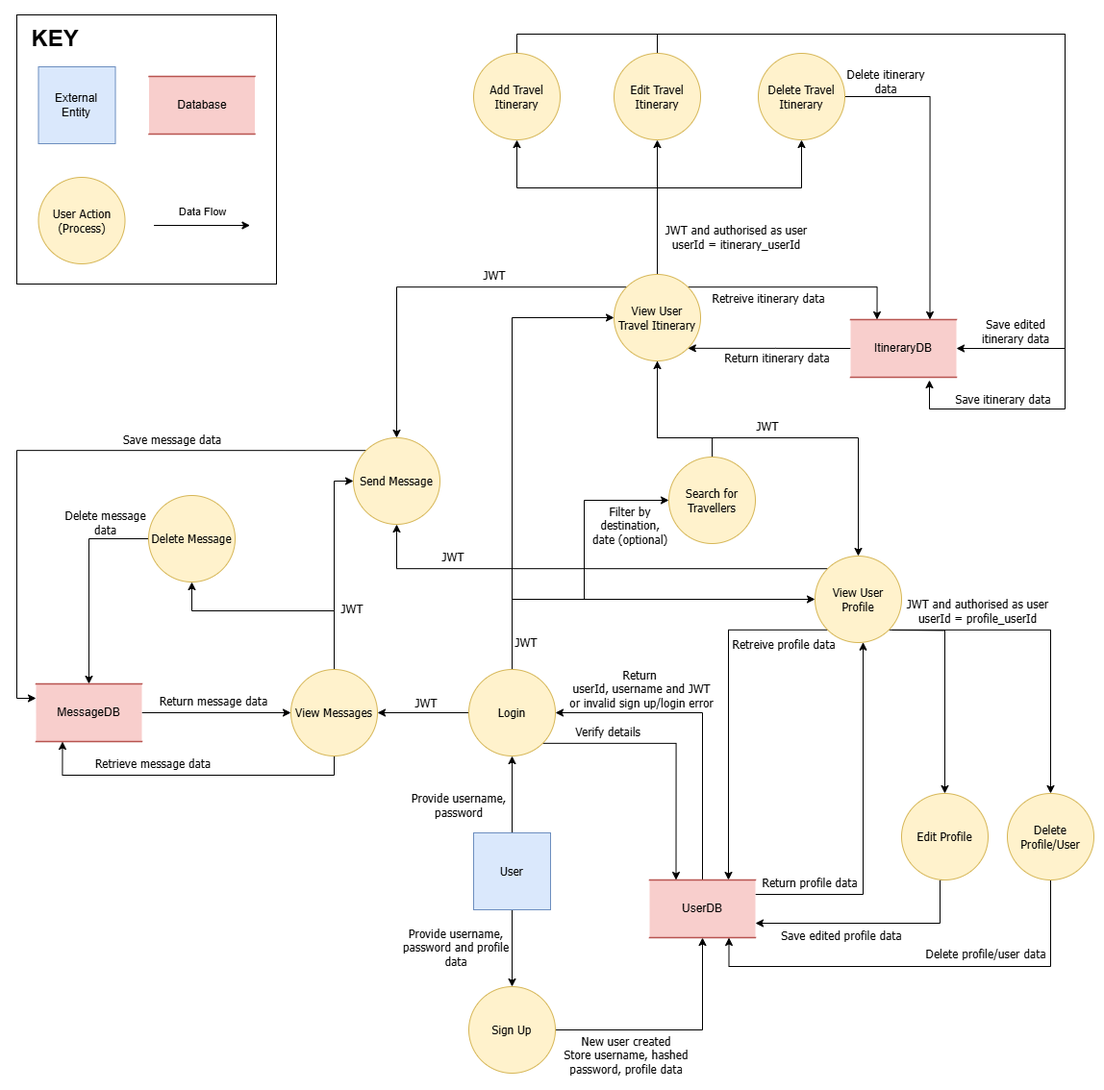
The draw.io diagram docs/dataflow-diagram.png in MeetMyRoute/T3A2-FullStackApp-PartA, before a commit. Source tidied: cells renumbered, new cells last; positions are measured from the earlier drawing's top-left corner, leaving out a move shared by most shapes.
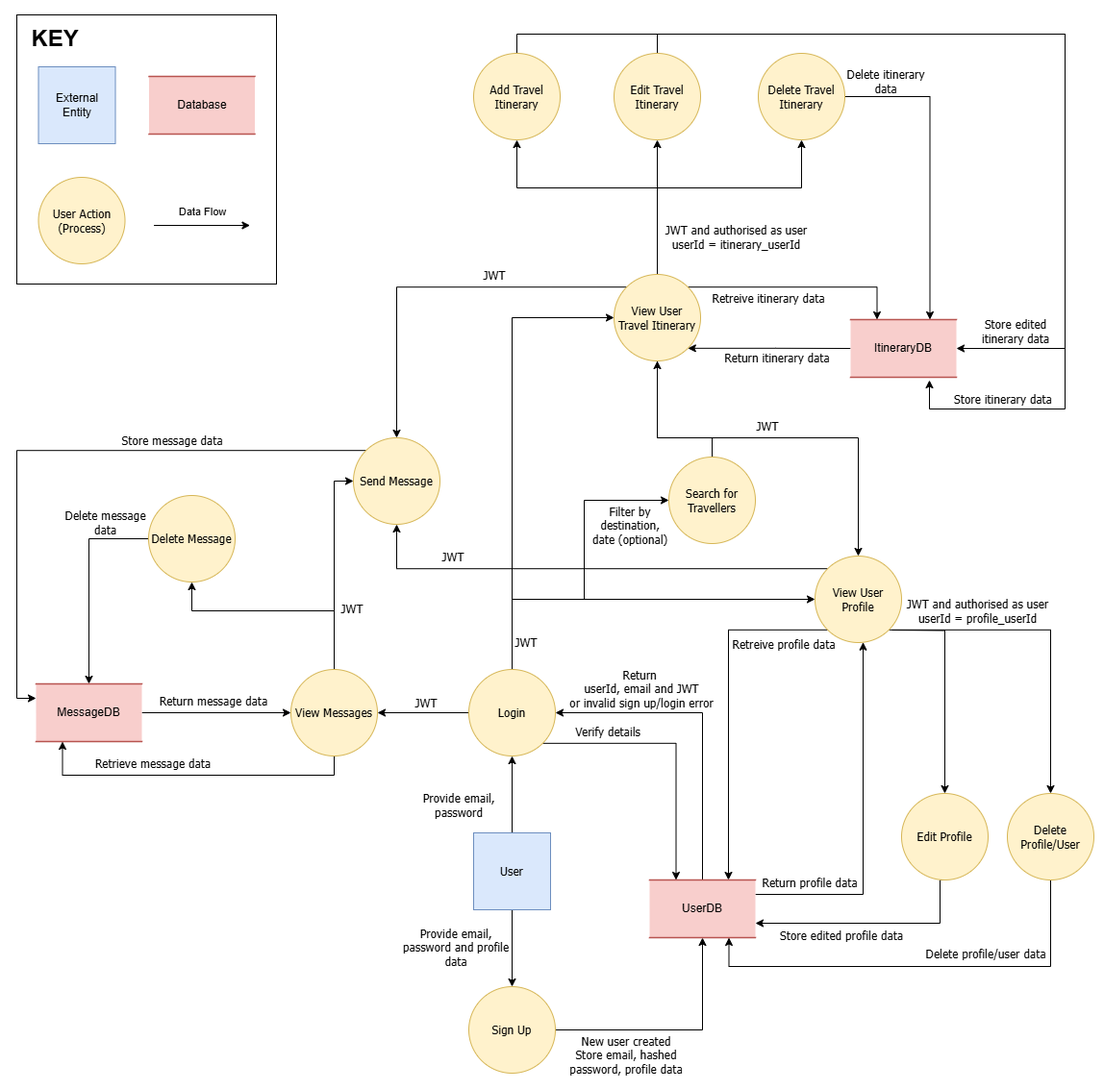
After the change.

Commit message:
updated username to email

What changed in the source:
```diff
@@ -72,19 +72,19 @@
         <mxPoint y="-15" as="offset" />
       </mxGeometry>
     </mxCell>
-    <mxCell id="20" value="&lt;div&gt;Provide&amp;nbsp;&lt;span style=&quot;background-color: initial;&quot;&gt;username, password&lt;/span&gt;&lt;/div&gt;" style="text;html=1;align=center;verticalAlign=middle;whiteSpace=wrap;rounded=0;fontFamily=Tahoma;" parent="1" vertex="1">
+    <mxCell id="20" value="&lt;div&gt;Provide&amp;nbsp;&lt;span style=&quot;background-color: initial;&quot;&gt;email, password&lt;/span&gt;&lt;/div&gt;" style="text;html=1;align=center;verticalAlign=middle;whiteSpace=wrap;rounded=0;fontFamily=Tahoma;" parent="1" vertex="1">
       <mxGeometry x="405" y="802" width="110" height="40" as="geometry" />
     </mxCell>
-    <mxCell id="21" value="Provide u&lt;span style=&quot;background-color: initial;&quot;&gt;sername, password and profile data&lt;/span&gt;" style="text;html=1;align=center;verticalAlign=middle;whiteSpace=wrap;rounded=0;fontFamily=Tahoma;" parent="1" vertex="1">
+    <mxCell id="21" value="Provide email&lt;span style=&quot;background-color: initial;&quot;&gt;, password and profile data&lt;/span&gt;" style="text;html=1;align=center;verticalAlign=middle;whiteSpace=wrap;rounded=0;fontFamily=Tahoma;" parent="1" vertex="1">
       <mxGeometry x="399" y="944" width="116" height="52" as="geometry" />
     </mxCell>
     <mxCell id="22" value="Verify details" style="text;html=1;align=center;verticalAlign=middle;whiteSpace=wrap;rounded=0;fontFamily=Tahoma;" parent="1" vertex="1">
       <mxGeometry x="572" y="734" width="86" height="24" as="geometry" />
     </mxCell>
-    <mxCell id="23" value="Return&amp;nbsp;&lt;div&gt;userId,&amp;nbsp;&lt;span style=&quot;background-color: initial;&quot;&gt;username&amp;nbsp;&lt;/span&gt;&lt;span style=&quot;background-color: initial;&quot;&gt;and JWT or&amp;nbsp;&lt;/span&gt;&lt;span style=&quot;background-color: initial;&quot;&gt;invalid sign up/login error&lt;/span&gt;&lt;/div&gt;" style="text;html=1;align=center;verticalAlign=middle;whiteSpace=wrap;rounded=0;fontFamily=Tahoma;" parent="1" vertex="1">
+    <mxCell id="23" value="Return&amp;nbsp;&lt;div&gt;userId,&amp;nbsp;&lt;span style=&quot;background-color: initial;&quot;&gt;email&amp;nbsp;&lt;/span&gt;&lt;span style=&quot;background-color: initial;&quot;&gt;and JWT or&amp;nbsp;&lt;/span&gt;&lt;span style=&quot;background-color: initial;&quot;&gt;invalid sign up/login error&lt;/span&gt;&lt;/div&gt;" style="text;html=1;align=center;verticalAlign=middle;whiteSpace=wrap;rounded=0;fontFamily=Tahoma;" parent="1" vertex="1">
       <mxGeometry x="570" y="676" width="160" height="50" as="geometry" />
     </mxCell>
-    <mxCell id="24" value="New user created&lt;div&gt;Store&amp;nbsp;&lt;span style=&quot;background-color: initial;&quot;&gt;username, hashed password, profile data&lt;/span&gt;&lt;/div&gt;" style="text;html=1;align=center;verticalAlign=middle;whiteSpace=wrap;rounded=0;fontFamily=Tahoma;" parent="1" vertex="1">
+    <mxCell id="24" value="New user created&lt;div&gt;Store&amp;nbsp;&lt;span style=&quot;background-color: initial;&quot;&gt;email, hashed password, profile data&lt;/span&gt;&lt;/div&gt;" style="text;html=1;align=center;verticalAlign=middle;whiteSpace=wrap;rounded=0;fontFamily=Tahoma;" parent="1" vertex="1">
       <mxGeometry x="557" y="1056" width="154" height="52" as="geometry" />
     </mxCell>
     <mxCell id="25" style="edgeStyle=elbowEdgeStyle;rounded=0;jettySize=auto;html=1;exitX=0;exitY=1;exitDx=0;exitDy=0;entryX=0.75;entryY=0;entryDx=0;entryDy=0;startArrow=none;startFill=0;endArrow=classic;endFill=1;" parent="1" edge="1" source="30" target="82">
@@ -145,7 +145,7 @@
     <mxCell id="37" value="JWT and authorised as user&lt;br&gt;userId = profile_userId" style="text;html=1;align=center;verticalAlign=middle;whiteSpace=wrap;rounded=0;fontFamily=Tahoma;" parent="1" vertex="1">
       <mxGeometry x="917" y="600" width="165" height="40" as="geometry" />
     </mxCell>
-    <mxCell id="38" value="Save edited profile data" style="text;html=1;align=center;verticalAlign=middle;whiteSpace=wrap;rounded=0;fontFamily=Tahoma;" parent="1" vertex="1">
+    <mxCell id="38" value="Store edited profile data" style="text;html=1;align=center;verticalAlign=middle;whiteSpace=wrap;rounded=0;fontFamily=Tahoma;" parent="1" vertex="1">
       <mxGeometry x="790" y="945" width="136" height="25" as="geometry" />
     </mxCell>
     <mxCell id="39" value="Delete profile/user data" style="text;html=1;align=center;verticalAlign=middle;whiteSpace=wrap;rounded=0;fontFamily=Tahoma;" parent="1" vertex="1">
@@ -180,10 +180,10 @@
     <mxCell id="44" value="JWT and authorised as user&lt;br&gt;userId = itinerary_userId" style="text;html=1;align=center;verticalAlign=middle;whiteSpace=wrap;rounded=0;fontFamily=Tahoma;" parent="1" vertex="1">
       <mxGeometry x="666" y="211" width="165" height="40" as="geometry" />
     </mxCell>
-    <mxCell id="45" value="Save itinerary data" style="text;html=1;align=center;verticalAlign=middle;whiteSpace=wrap;rounded=0;fontFamily=Tahoma;" parent="1" vertex="1">
+    <mxCell id="45" value="Store itinerary data" style="text;html=1;align=center;verticalAlign=middle;whiteSpace=wrap;rounded=0;fontFamily=Tahoma;" parent="1" vertex="1">
       <mxGeometry x="971" y="390" width="110" height="20" as="geometry" />
     </mxCell>
-    <mxCell id="46" value="Save edited&lt;div&gt;itinerary&amp;nbsp;&lt;span style=&quot;background-color: initial;&quot;&gt;data&lt;/span&gt;&lt;/div&gt;" style="text;html=1;align=center;verticalAlign=middle;whiteSpace=wrap;rounded=0;fontFamily=Tahoma;" parent="1" vertex="1">
+    <mxCell id="46" value="Store edited&lt;div&gt;itinerary&amp;nbsp;&lt;span style=&quot;background-color: initial;&quot;&gt;data&lt;/span&gt;&lt;/div&gt;" style="text;html=1;align=center;verticalAlign=middle;whiteSpace=wrap;rounded=0;fontFamily=Tahoma;" parent="1" vertex="1">
       <mxGeometry x="995" y="310" width="88" height="37" as="geometry" />
     </mxCell>
     <mxCell id="47" style="edgeStyle=orthogonalEdgeStyle;rounded=0;jettySize=auto;html=1;exitX=1;exitY=1;exitDx=0;exitDy=0;entryX=0;entryY=0.5;entryDx=0;entryDy=0;endArrow=none;endFill=0;startArrow=classic;startFill=1;" parent="1" edge="1" source="54" target="84">
@@ -313,7 +313,7 @@
     <mxCell id="80" value="Delete message&lt;div&gt;data&lt;/div&gt;" style="text;html=1;align=center;verticalAlign=middle;whiteSpace=wrap;rounded=0;fontFamily=Tahoma;" parent="1" vertex="1">
       <mxGeometry x="46" y="510" width="93" height="35" as="geometry" />
     </mxCell>
-    <mxCell id="81" value="Save message data" style="text;html=1;align=center;verticalAlign=middle;whiteSpace=wrap;rounded=0;fontFamily=Tahoma;" parent="1" vertex="1">
+    <mxCell id="81" value="Store message data" style="text;html=1;align=center;verticalAlign=middle;whiteSpace=wrap;rounded=0;fontFamily=Tahoma;" parent="1" vertex="1">
       <mxGeometry x="97" y="432" width="130" height="21" as="geometry" />
     </mxCell>
     <mxCell id="82" value="UserDB" style="shape=partialRectangle;whiteSpace=wrap;html=1;left=0;right=0;fillColor=#f8cecc;strokeColor=#b85450;strokeWidth=1.5;" parent="1" vertex="1">
```
